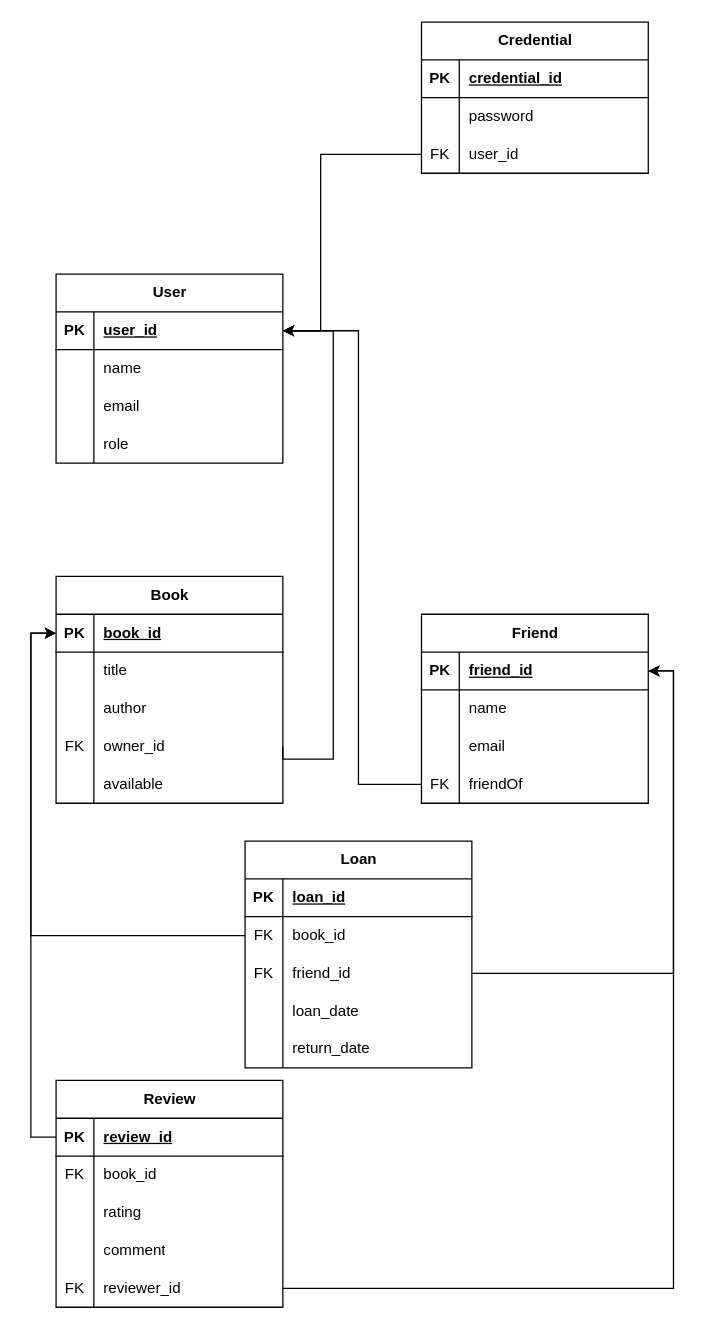
Before: Docs/Database_schema.drawio in haerphi/BIDA2-projet-web, a draw.io diagram. Source tidied: cells renumbered, new cells numbered last; positions are measured from the earlier drawing's top-left corner, leaving out a move shared by most shapes. Both pictures are drawn from the tidied source at 126%, with x=0, y=0 at pixel (55, 21).
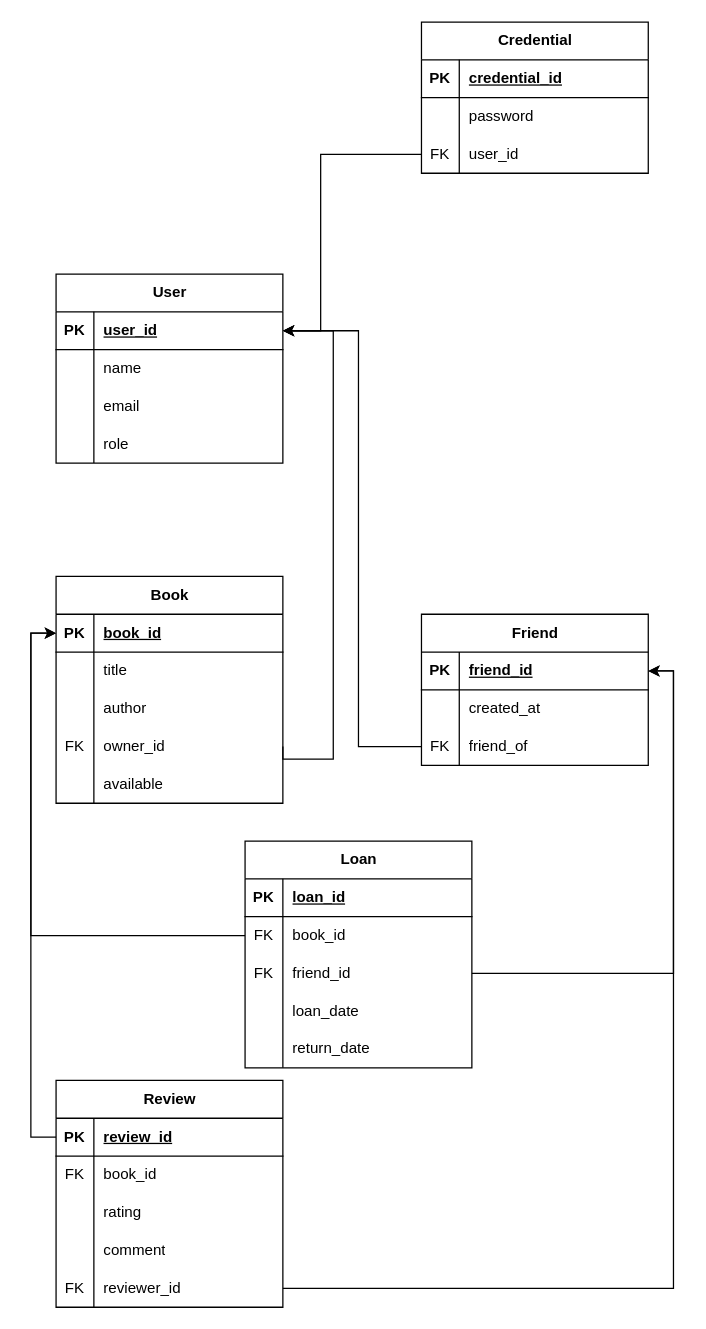
Above is the later version.

Unchanged cells that the change refers to:
```xml
<mxCell id="3" style="shape=tableRow;horizontal=0;startSize=0;swimlaneHead=0;swimlaneBody=0;fillColor=none;points=[[0,0.5],[1,0.5]];portConstraint=eastwest;top=0;left=0;right=0;bottom=1;" parent="2" vertex="1">
  <mxGeometry y="30" width="180" height="30" as="geometry" />
</mxCell>
```

The edit, as a diff of the source:
```diff
@@
     <mxCell id="27" value="Friend" style="shape=table;startSize=30;childLayout=tableLayout;rowLines=0;fontStyle=1;align=center;html=1;" parent="1" vertex="1">
-      <mxGeometry x="290" y="470" width="180" height="150" as="geometry" />
+      <mxGeometry x="290" y="470" width="180" height="120" as="geometry" />
     </mxCell>
@@
-    <mxCell id="31" style="shape=tableRow;horizontal=0;startSize=0;swimlaneHead=0;swimlaneBody=0;fillColor=none;top=0;left=0;right=0;bottom=0;" parent="27" vertex="1">
-      <mxGeometry y="60" width="180" height="30" as="geometry" />
-    </mxCell>
-    <mxCell id="32" style="shape=partialRectangle;fillColor=none;top=0;left=0;bottom=0;right=0;overflow=hidden;whiteSpace=wrap;html=1;" parent="31" vertex="1">
-      <mxGeometry width="30" height="30" as="geometry" />
-    </mxCell>
-    <mxCell id="33" value="name" style="shape=partialRectangle;fillColor=none;top=0;left=0;bottom=0;right=0;align=left;spacingLeft=6;overflow=hidden;whiteSpace=wrap;html=1;" parent="31" vertex="1">
-      <mxGeometry x="30" width="150" height="30" as="geometry" />
-    </mxCell>
     <mxCell id="34" style="shape=tableRow;horizontal=0;startSize=0;swimlaneHead=0;swimlaneBody=0;fillColor=none;top=0;left=0;right=0;bottom=0;" parent="27" vertex="1">
-      <mxGeometry y="90" width="180" height="30" as="geometry" />
+      <mxGeometry y="60" width="180" height="30" as="geometry" />
     </mxCell>
@@
-    <mxCell id="36" value="email" style="shape=partialRectangle;fillColor=none;top=0;left=0;bottom=0;right=0;align=left;spacingLeft=6;overflow=hidden;whiteSpace=wrap;html=1;" parent="34" vertex="1">
+    <mxCell id="36" value="created_at" style="shape=partialRectangle;fillColor=none;top=0;left=0;bottom=0;right=0;align=left;spacingLeft=6;overflow=hidden;whiteSpace=wrap;html=1;" parent="34" vertex="1">
       <mxGeometry x="30" width="150" height="30" as="geometry" />
     </mxCell>
     <mxCell id="37" style="shape=tableRow;horizontal=0;startSize=0;swimlaneHead=0;swimlaneBody=0;fillColor=none;points=[[0,0.5],[1,0.5]];portConstraint=eastwest;top=0;left=0;right=0;bottom=0;" parent="27" vertex="1">
-      <mxGeometry y="120" width="180" height="30" as="geometry" />
+      <mxGeometry y="90" width="180" height="30" as="geometry" />
     </mxCell>
@@
-    <mxCell id="39" value="friendOf" style="shape=partialRectangle;fillColor=none;top=0;left=0;bottom=0;right=0;align=left;spacingLeft=6;overflow=hidden;whiteSpace=wrap;html=1;" parent="37" vertex="1">
+    <mxCell id="39" value="friend_of" style="shape=partialRectangle;fillColor=none;top=0;left=0;bottom=0;right=0;align=left;spacingLeft=6;overflow=hidden;whiteSpace=wrap;html=1;" parent="37" vertex="1">
       <mxGeometry x="30" width="150" height="30" as="geometry" />
     </mxCell>
     <mxCell id="40" style="edgeStyle=orthogonalEdgeStyle;rounded=0;jettySize=auto;html=1;exitX=0;exitY=0.5;exitDx=0;exitDy=0;entryX=1;entryY=0.5;entryDx=0;entryDy=0;" parent="1" edge="1" source="37" target="3">
       <mxGeometry relative="1" as="geometry">
         <Array as="points">
-          <mxPoint x="240" y="605" />
+          <mxPoint x="240" y="575" />
           <mxPoint x="240" y="245" />
         </Array>
       </mxGeometry>
     </mxCell>
```
